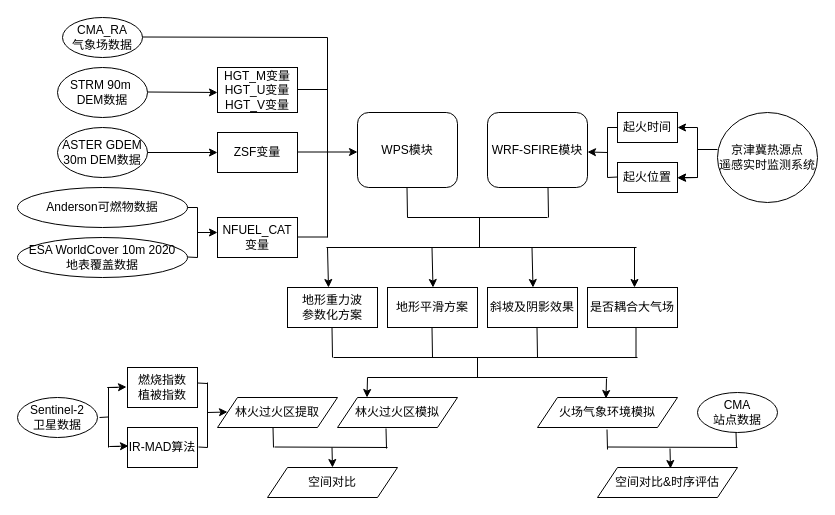
This is 第三章技术路线图.drawio from gaohuanxin/WRF-SFIRE, a draw.io file, before an edit. Source tidied: cells renumbered, new cells numbered last; positions are measured from the earlier drawing's top-left corner, leaving out a move shared by most shapes. Both pictures are drawn from the tidied source at 100%, with x=0, y=0 at pixel (17, 17).
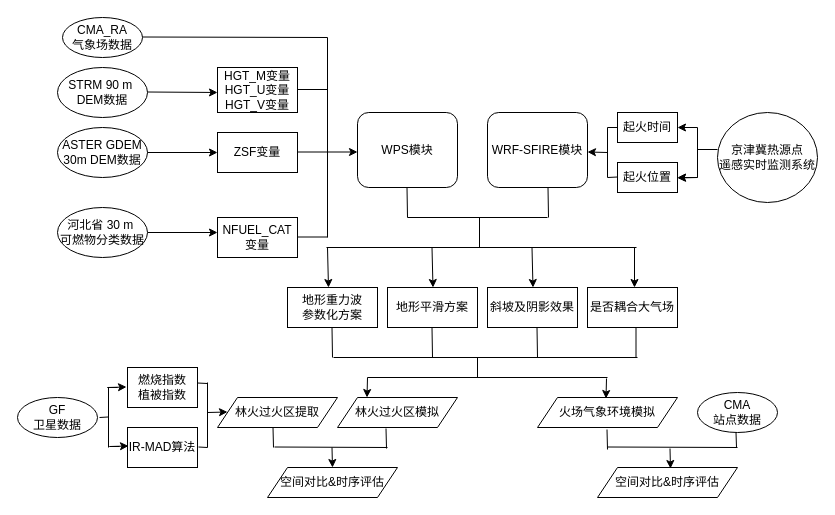
Above is the later version.

Commit message:
更新第三章技术路线图.drawio

What changed in the source:
```diff
@@
-    <mxCell id="3" value="STRM 90m&amp;nbsp; DEM数据" style="ellipse;whiteSpace=wrap;html=1;" parent="1" vertex="1">
+    <mxCell id="3" value="STRM 90 m&amp;nbsp; DEM数据" style="ellipse;whiteSpace=wrap;html=1;" parent="1" vertex="1">
       <mxGeometry x="40" y="50" width="90" height="50" as="geometry" />
     </mxCell>
-    <mxCell id="4" value="ESA WorldCover 10m 2020&lt;br style=&quot;border-color: var(--border-color);&quot;&gt;地表覆盖数据" style="ellipse;whiteSpace=wrap;html=1;" parent="1" vertex="1">
-      <mxGeometry y="220" width="170" height="40" as="geometry" />
-    </mxCell>
-    <mxCell id="5" value="Anderson可燃物数据" style="ellipse;whiteSpace=wrap;html=1;" parent="1" vertex="1">
-      <mxGeometry y="170" width="170" height="40" as="geometry" />
-    </mxCell>
@@
-    <mxCell id="12" style="endArrow=classic;html=1;rounded=0;" parent="1" edge="1">
+    <mxCell id="12" style="endArrow=classic;html=1;rounded=0;exitX=1;exitY=0.5;exitDx=0;exitDy=0;" parent="1" edge="1" source="83">
       <mxGeometry relative="1" as="geometry">
-        <mxPoint x="180" y="215" as="sourcePoint" />
         <mxPoint x="200" y="215" as="targetPoint" />
       </mxGeometry>
     </mxCell>
-    <mxCell id="13" style="endArrow=none;html=1;rounded=0;" parent="1" edge="1">
-      <mxGeometry relative="1" as="geometry">
-        <mxPoint x="170" y="190" as="sourcePoint" />
-        <mxPoint x="180" y="190" as="targetPoint" />
-      </mxGeometry>
-    </mxCell>
-    <mxCell id="14" style="endArrow=none;html=1;rounded=0;" parent="1" edge="1">
-      <mxGeometry relative="1" as="geometry">
-        <mxPoint x="170" y="239.5" as="sourcePoint" />
-        <mxPoint x="180" y="240" as="targetPoint" />
-      </mxGeometry>
-    </mxCell>
-    <mxCell id="15" style="endArrow=none;html=1;rounded=0;" parent="1" edge="1">
-      <mxGeometry relative="1" as="geometry">
-        <mxPoint x="180" y="240" as="sourcePoint" />
-        <mxPoint x="180" y="190" as="targetPoint" />
-      </mxGeometry>
-    </mxCell>
@@
-    <mxCell id="58" value="Sentinel-2&lt;br&gt;卫星数据" style="ellipse;whiteSpace=wrap;html=1;" parent="1" vertex="1">
+    <mxCell id="58" value="GF&lt;br&gt;卫星数据" style="ellipse;whiteSpace=wrap;html=1;" parent="1" vertex="1">
       <mxGeometry y="380" width="80" height="40" as="geometry" />
     </mxCell>
@@
-    <mxCell id="79" value="空间对比" style="shape=parallelogram;perimeter=parallelogramPerimeter;whiteSpace=wrap;html=1;fixedSize=1;" parent="1" vertex="1">
+    <mxCell id="79" value="空间对比&amp;amp;时序评估" style="shape=parallelogram;perimeter=parallelogramPerimeter;whiteSpace=wrap;html=1;fixedSize=1;" parent="1" vertex="1">
       <mxGeometry x="250" y="450" width="130" height="30" as="geometry" />
     </mxCell>
@@
+    <mxCell id="83" value="河北省 30 m&amp;nbsp;&lt;div&gt;可燃物分类数据&lt;/div&gt;" style="ellipse;whiteSpace=wrap;html=1;" parent="1" vertex="1">
+      <mxGeometry x="40" y="190" width="90" height="50" as="geometry" />
+    </mxCell>
```
